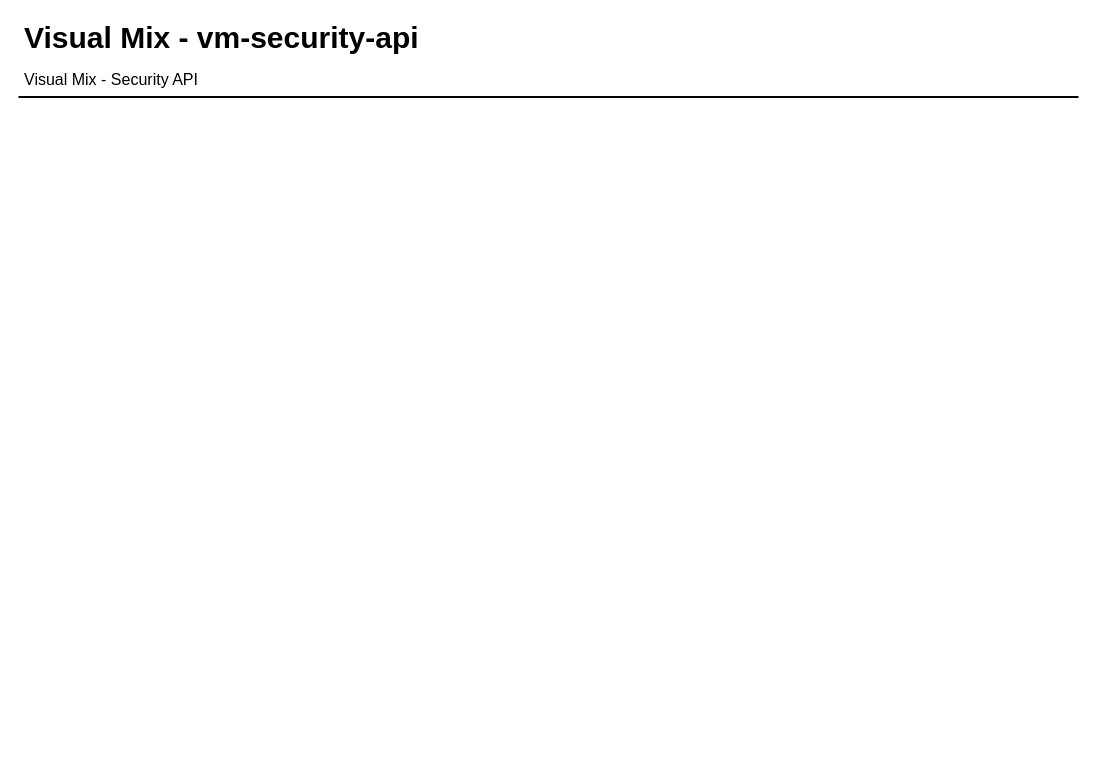
Above: page "Entity Diagram" (5 of 5) of vm-security.drawio in Wiu0/diagram (draw.io), before the change. Source tidied: cells renumbered, new cells numbered last; positions are measured from the earlier drawing's top-left corner, leaving out a move shared by most shapes. Both pictures are drawn from the tidied source at 100%, with x=0, y=0 at pixel (18, 17).
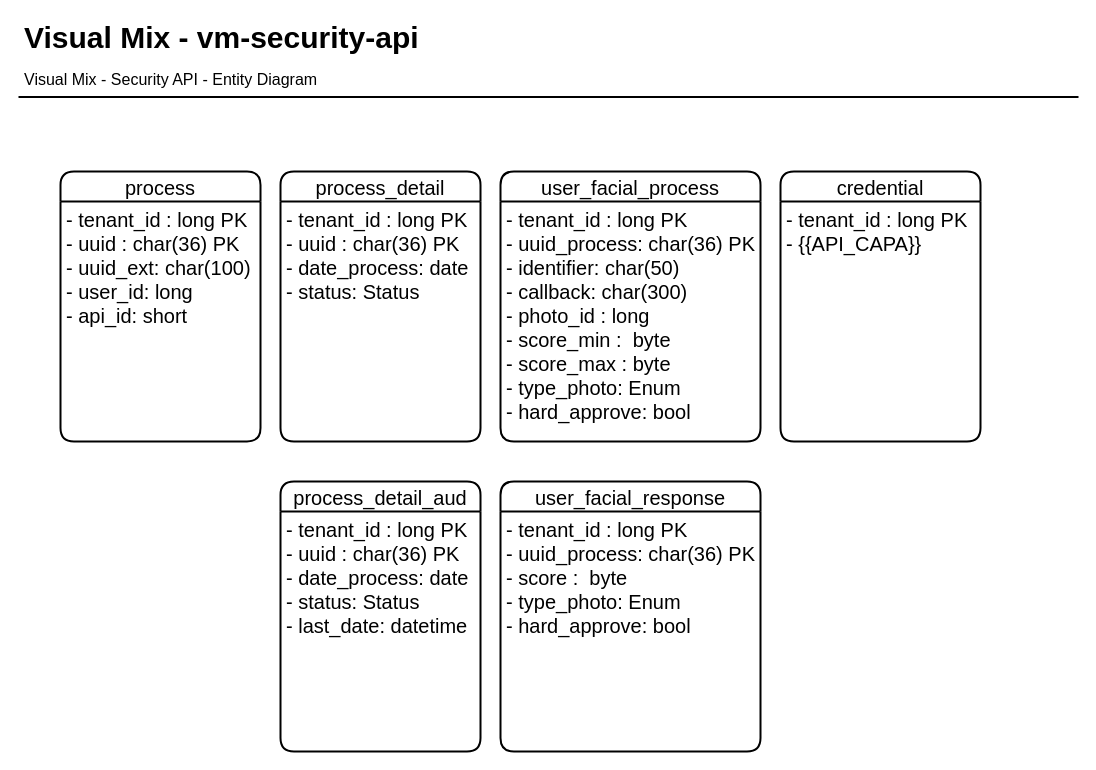
Above is the later version.

What changed in the source:
```diff
@@
 <mxGraphModel>
   <root>
     <mxCell id="0" />
     <mxCell id="1" parent="0" />
     <mxCell id="2" style="group;" parent="1" vertex="1">
       <mxGeometry y="-0.5" width="1060" height="85" as="geometry" />
     </mxCell>
     <mxCell id="3" value="Visual Mix - vm-security-api" style="text;html=1;align=left;verticalAlign=top;spacingTop=-4;fontSize=30;fontStyle=1;" parent="2" vertex="1">
       <mxGeometry x="4" width="410" height="40" as="geometry" />
     </mxCell>
-    <mxCell id="4" value="Visual Mix - Security API" style="text;html=1;align=left;verticalAlign=top;spacingTop=-4;fontSize=16;" parent="2" vertex="1">
-      <mxGeometry x="4" y="50" width="190" height="20" as="geometry" />
+    <mxCell id="4" value="Visual Mix - Security API - Entity Diagram" style="text;html=1;align=left;verticalAlign=top;spacingTop=-4;fontSize=16;" parent="2" vertex="1">
+      <mxGeometry x="4" y="50" width="310" height="20" as="geometry" />
     </mxCell>
     <mxCell id="5" style="line;strokeWidth=2;html=1;fontSize=14;" parent="2" vertex="1">
       <mxGeometry y="75" width="1060" height="10" as="geometry" />
     </mxCell>
+    <mxCell id="6" value="process" style="swimlane;horizontal=1;startSize=30;rounded=1;fontSize=20;fontStyle=0;strokeWidth=2;shadow=0;dashed=0;align=center;" parent="1" vertex="1">
+      <mxGeometry x="42" y="154" width="200" height="270" as="geometry" />
+    </mxCell>
+    <mxCell id="7" value="- tenant_id : long PK&#10;- uuid : char(36) PK&#10;- uuid_ext: char(100)&#10;- user_id: long&#10;- api_id: short&#10;" style="align=left;strokeColor=none;fillColor=none;spacingLeft=4;fontSize=20;verticalAlign=top;" parent="6" vertex="1">
+      <mxGeometry y="30" width="200" height="240" as="geometry" />
+    </mxCell>
+    <mxCell id="8" value="process_detail" style="swimlane;horizontal=1;startSize=30;rounded=1;fontSize=20;fontStyle=0;strokeWidth=2;shadow=0;dashed=0;align=center;" parent="1" vertex="1">
+      <mxGeometry x="262" y="154" width="200" height="270" as="geometry" />
+    </mxCell>
+    <mxCell id="9" value="- tenant_id : long PK&#10;- uuid : char(36) PK&#10;- date_process: date&#10;- status: Status" style="align=left;strokeColor=none;fillColor=none;spacingLeft=4;fontSize=20;verticalAlign=top;" parent="8" vertex="1">
+      <mxGeometry y="30" width="200" height="240" as="geometry" />
+    </mxCell>
+    <mxCell id="10" value="process_detail_aud" style="swimlane;horizontal=1;startSize=30;rounded=1;fontSize=20;fontStyle=0;strokeWidth=2;shadow=0;dashed=0;align=center;" parent="1" vertex="1">
+      <mxGeometry x="262" y="464" width="200" height="270" as="geometry" />
+    </mxCell>
+    <mxCell id="11" value="- tenant_id : long PK&#10;- uuid : char(36) PK&#10;- date_process: date&#10;- status: Status&#10;- last_date: datetime" style="align=left;strokeColor=none;fillColor=none;spacingLeft=4;fontSize=20;verticalAlign=top;" parent="10" vertex="1">
+      <mxGeometry y="30" width="200" height="240" as="geometry" />
+    </mxCell>
+    <mxCell id="12" value="user_facial_process" style="swimlane;horizontal=1;startSize=30;rounded=1;fontSize=20;fontStyle=0;strokeWidth=2;shadow=0;dashed=0;align=center;" parent="1" vertex="1">
+      <mxGeometry x="482" y="154" width="260" height="270" as="geometry" />
+    </mxCell>
+    <mxCell id="13" value="- tenant_id : long PK&#10;- uuid_process: char(36) PK&#10;- identifier: char(50)&#10;- callback: char(300)&#10;- photo_id : long&#10;- score_min :  byte&#10;- score_max : byte&#10;- type_photo: Enum&#10;- hard_approve: bool &#10;&#10;" style="align=left;strokeColor=none;fillColor=none;spacingLeft=4;fontSize=20;verticalAlign=top;" parent="12" vertex="1">
+      <mxGeometry y="30" width="260" height="240" as="geometry" />
+    </mxCell>
+    <mxCell id="14" value="user_facial_response" style="swimlane;horizontal=1;startSize=30;rounded=1;fontSize=20;fontStyle=0;strokeWidth=2;shadow=0;dashed=0;align=center;" parent="1" vertex="1">
+      <mxGeometry x="482" y="464" width="260" height="270" as="geometry" />
+    </mxCell>
+    <mxCell id="15" value="- tenant_id : long PK&#10;- uuid_process: char(36) PK&#10;- score :  byte&#10;- type_photo: Enum&#10;- hard_approve: bool " style="align=left;strokeColor=none;fillColor=none;spacingLeft=4;fontSize=20;verticalAlign=top;" parent="14" vertex="1">
+      <mxGeometry y="30" width="260" height="240" as="geometry" />
+    </mxCell>
+    <mxCell id="16" value="credential" style="swimlane;horizontal=1;startSize=30;rounded=1;fontSize=20;fontStyle=0;strokeWidth=2;shadow=0;dashed=0;align=center;" parent="1" vertex="1">
+      <mxGeometry x="762" y="154" width="200" height="270" as="geometry" />
+    </mxCell>
+    <mxCell id="17" value="- tenant_id : long PK&#10;- {{API_CAPA}}" style="align=left;strokeColor=none;fillColor=none;spacingLeft=4;fontSize=20;verticalAlign=top;" parent="16" vertex="1">
+      <mxGeometry y="30" width="200" height="240" as="geometry" />
+    </mxCell>
   </root>
 </mxGraphModel>
```
